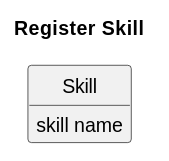
Before: docs/sprintA/us001/02.analysis/svg/us001-domain-model.svg, a diagram exported from PlantUML (RicardoMorim/lapr2-ISEP-Project).
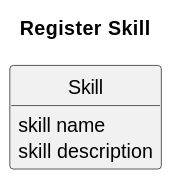
After the change.

Change to the diagram source:
```diff
@@ -13,5 +13,6 @@
 
 class Skill {
 skill name
+skill description
 }
 @enduml
```
